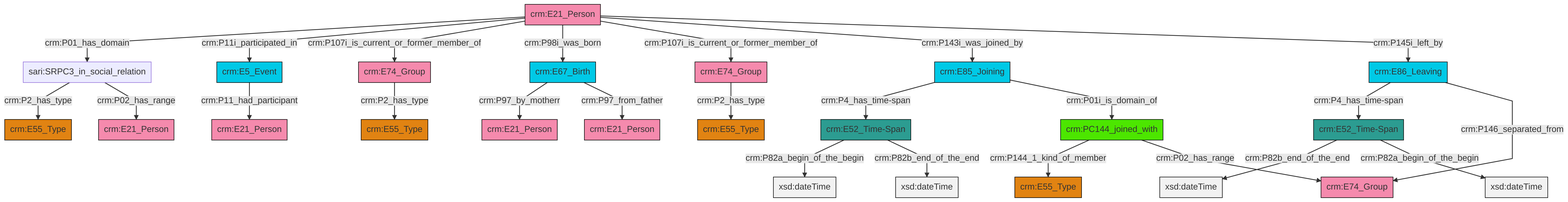
Before: et/personCSV/ttl/mmd/png/Person_Actor_Relations.png, a diagram exported from Mermaid (swiss-art-research-net/docs.swissartresearch). Its source is kept beside it as et/personCSV/ttl/mmd/Person_Actor_Relations.ttl.mmd.
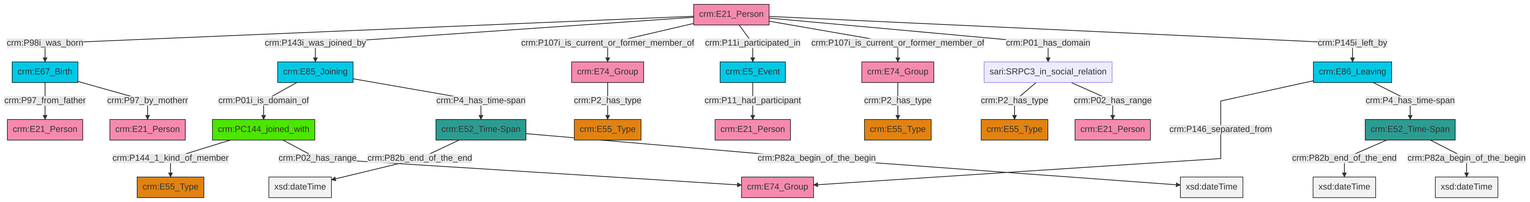
The same file after the commit.

The edit, as a diff of the source:
```diff
@@ -13,27 +13,27 @@
 classDef PC_Classes fill:#4ce600, stroke:#000000;
 classDef Multi fill:#cccccc,stroke:#000000;
 
-0["crm:E52_Time-Span"]:::Time-Span -->|crm:P82b_end_of_the_end| 1[xsd:dateTime]:::Literal
-6["crm:E21_Person"]:::Actor -->|crm:P01_has_domain| 7["sari:SRPC3_in_social_relation"]:::Default
-10["crm:E67_Birth"]:::Temporal_Entity -->|crm:P97_by_motherr| 11["crm:E21_Person"]:::Actor
-12["crm:PC144_joined_with"]:::PC_Classes -->|crm:P144_1_kind_of_member| 13["crm:E55_Type"]:::Type
-0["crm:E52_Time-Span"]:::Time-Span -->|crm:P82a_begin_of_the_begin| 20[xsd:dateTime]:::Literal
-18["crm:E52_Time-Span"]:::Time-Span -->|crm:P82a_begin_of_the_begin| 22[xsd:dateTime]:::Literal
-10["crm:E67_Birth"]:::Temporal_Entity -->|crm:P97_from_father| 23["crm:E21_Person"]:::Actor
-7["sari:SRPC3_in_social_relation"]:::Default -->|crm:P2_has_type| 24["crm:E55_Type"]:::Type
-25["crm:E74_Group"]:::Actor -->|crm:P2_has_type| 15["crm:E55_Type"]:::Type
-6["crm:E21_Person"]:::Actor -->|crm:P11i_participated_in| 26["crm:E5_Event"]:::Temporal_Entity
-2["crm:E74_Group"]:::Actor -->|crm:P2_has_type| 4["crm:E55_Type"]:::Type
-6["crm:E21_Person"]:::Actor -->|crm:P107i_is_current_or_former_member_of| 2["crm:E74_Group"]:::Actor
-8["crm:E85_Joining"]:::Temporal_Entity -->|crm:P4_has_time-span| 18["crm:E52_Time-Span"]:::Time-Span
-28["crm:E86_Leaving"]:::Temporal_Entity -->|crm:P4_has_time-span| 0["crm:E52_Time-Span"]:::Time-Span
-6["crm:E21_Person"]:::Actor -->|crm:P98i_was_born| 10["crm:E67_Birth"]:::Temporal_Entity
-18["crm:E52_Time-Span"]:::Time-Span -->|crm:P82b_end_of_the_end| 31[xsd:dateTime]:::Literal
-6["crm:E21_Person"]:::Actor -->|crm:P107i_is_current_or_former_member_of| 25["crm:E74_Group"]:::Actor
-6["crm:E21_Person"]:::Actor -->|crm:P143i_was_joined_by| 8["crm:E85_Joining"]:::Temporal_Entity
-28["crm:E86_Leaving"]:::Temporal_Entity -->|crm:P146_separated_from| 34["crm:E74_Group"]:::Actor
-6["crm:E21_Person"]:::Actor -->|crm:P145i_left_by| 28["crm:E86_Leaving"]:::Temporal_Entity
-12["crm:PC144_joined_with"]:::PC_Classes -->|crm:P02_has_range| 34["crm:E74_Group"]:::Actor
-8["crm:E85_Joining"]:::Temporal_Entity -->|crm:P01i_is_domain_of| 12["crm:PC144_joined_with"]:::PC_Classes
-26["crm:E5_Event"]:::Temporal_Entity -->|crm:P11_had_participant| 42["crm:E21_Person"]:::Actor
-7["sari:SRPC3_in_social_relation"]:::Default -->|crm:P02_has_range| 29["crm:E21_Person"]:::Actor
+6["crm:E21_Person"]:::Actor -->|crm:P98i_was_born| 7["crm:E67_Birth"]:::Temporal_Entity
+4["crm:E52_Time-Span"]:::Time-Span -->|crm:P82b_end_of_the_end| 8[xsd:dateTime]:::Literal
+15["sari:SRPC3_in_social_relation"]:::Default -->|crm:P2_has_type| 0["crm:E55_Type"]:::Type
+16["crm:PC144_joined_with"]:::PC_Classes -->|crm:P144_1_kind_of_member| 17["crm:E55_Type"]:::Type
+20["crm:E74_Group"]:::Actor -->|crm:P2_has_type| 9["crm:E55_Type"]:::Type
+16["crm:PC144_joined_with"]:::PC_Classes -->|crm:P02_has_range| 21["crm:E74_Group"]:::Actor
+6["crm:E21_Person"]:::Actor -->|crm:P143i_was_joined_by| 22["crm:E85_Joining"]:::Temporal_Entity
+6["crm:E21_Person"]:::Actor -->|crm:P107i_is_current_or_former_member_of| 20["crm:E74_Group"]:::Actor
+6["crm:E21_Person"]:::Actor -->|crm:P11i_participated_in| 2["crm:E5_Event"]:::Temporal_Entity
+6["crm:E21_Person"]:::Actor -->|crm:P107i_is_current_or_former_member_of| 11["crm:E74_Group"]:::Actor
+4["crm:E52_Time-Span"]:::Time-Span -->|crm:P82a_begin_of_the_begin| 25[xsd:dateTime]:::Literal
+22["crm:E85_Joining"]:::Temporal_Entity -->|crm:P01i_is_domain_of| 16["crm:PC144_joined_with"]:::PC_Classes
+7["crm:E67_Birth"]:::Temporal_Entity -->|crm:P97_from_father| 18["crm:E21_Person"]:::Actor
+22["crm:E85_Joining"]:::Temporal_Entity -->|crm:P4_has_time-span| 28["crm:E52_Time-Span"]:::Time-Span
+13["crm:E86_Leaving"]:::Temporal_Entity -->|crm:P146_separated_from| 21["crm:E74_Group"]:::Actor
+15["sari:SRPC3_in_social_relation"]:::Default -->|crm:P02_has_range| 29["crm:E21_Person"]:::Actor
+11["crm:E74_Group"]:::Actor -->|crm:P2_has_type| 26["crm:E55_Type"]:::Type
+6["crm:E21_Person"]:::Actor -->|crm:P01_has_domain| 15["sari:SRPC3_in_social_relation"]:::Default
+13["crm:E86_Leaving"]:::Temporal_Entity -->|crm:P4_has_time-span| 4["crm:E52_Time-Span"]:::Time-Span
+6["crm:E21_Person"]:::Actor -->|crm:P145i_left_by| 13["crm:E86_Leaving"]:::Temporal_Entity
+28["crm:E52_Time-Span"]:::Time-Span -->|crm:P82b_end_of_the_end| 40[xsd:dateTime]:::Literal
+7["crm:E67_Birth"]:::Temporal_Entity -->|crm:P97_by_motherr| 34["crm:E21_Person"]:::Actor
+28["crm:E52_Time-Span"]:::Time-Span -->|crm:P82a_begin_of_the_begin| 43[xsd:dateTime]:::Literal
+2["crm:E5_Event"]:::Temporal_Entity -->|crm:P11_had_participant| 45["crm:E21_Person"]:::Actor
```
